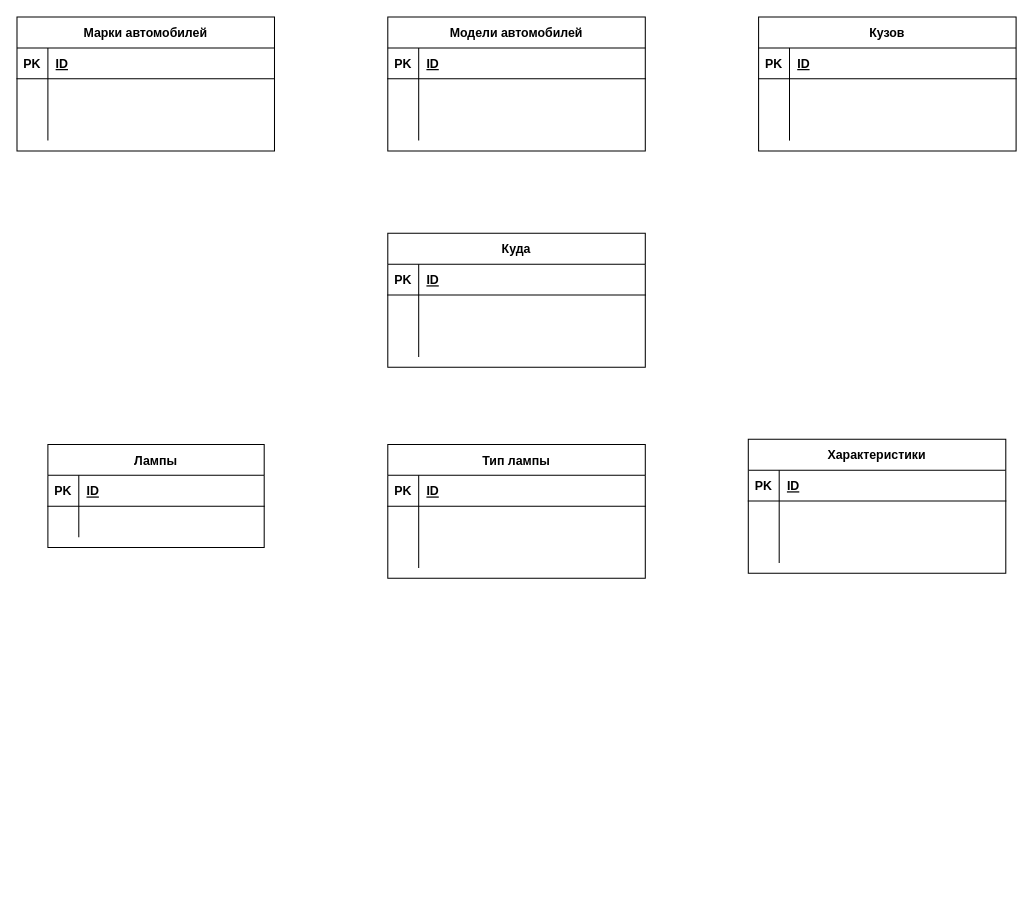
Above: Диаграмма без названия.drawio in pokakaite/Avtosvet_project (draw.io), before the change. Source tidied: cells renumbered, new cells numbered last; positions are measured from the earlier drawing's top-left corner, leaving out a move shared by most shapes. Both pictures are drawn from the tidied source at 103%, with x=0, y=0 at pixel (16, 16).
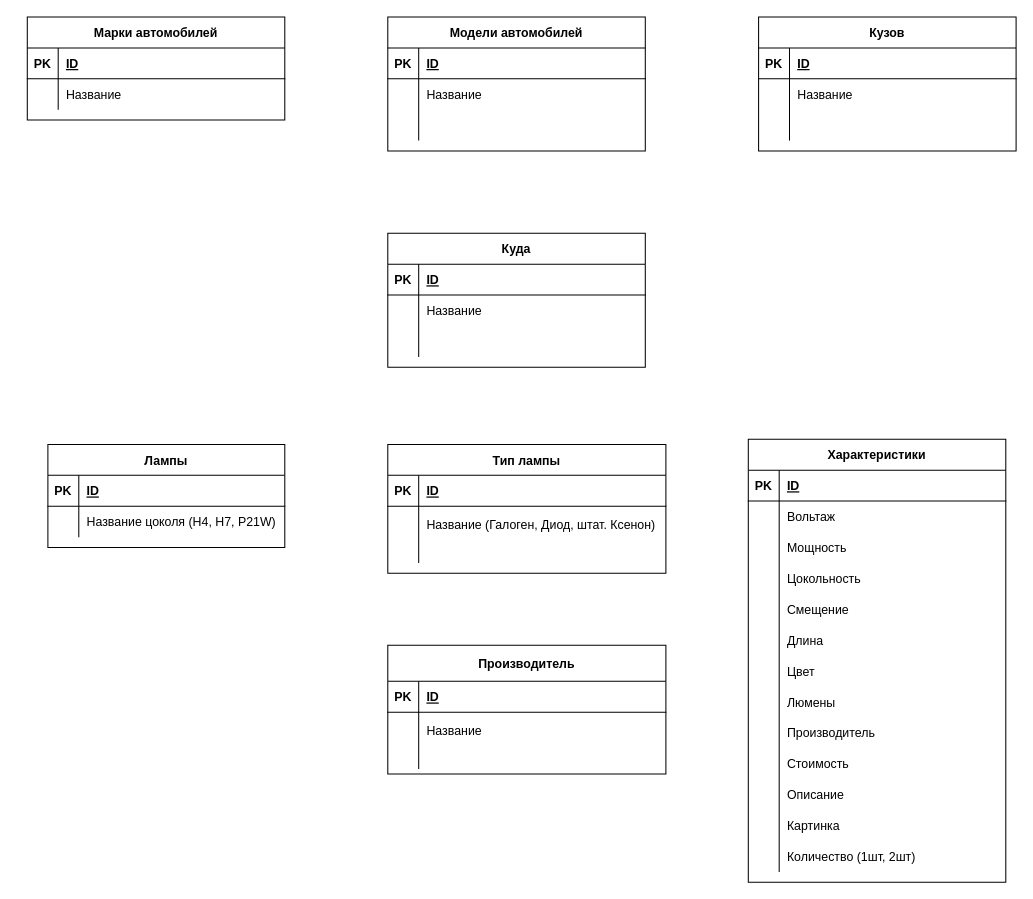
The same diagram, later.

Commit message:
Схема сущностей

The change refers to these unchanged cells:
```xml
<mxCell id="6" style="shape=partialRectangle;fillColor=none;top=0;left=0;right=0;bottom=0;" parent="2" vertex="1">
  <mxGeometry y="60" width="250" height="30" as="geometry" />
</mxCell>
<mxCell id="9" style="shape=partialRectangle;fillColor=none;top=0;left=0;right=0;bottom=0;" parent="2" vertex="1">
  <mxGeometry y="90" width="250" height="30" as="geometry" />
</mxCell>
<mxCell id="16" style="shape=partialRectangle;fillColor=none;top=0;left=0;right=0;bottom=0;" parent="12" vertex="1">
  <mxGeometry y="60" width="250" height="30" as="geometry" />
</mxCell>
<mxCell id="33" style="shape=partialRectangle;fillColor=none;top=0;left=0;right=0;bottom=0;" parent="29" vertex="1">
  <mxGeometry y="60" width="250" height="30" as="geometry" />
</mxCell>
<mxCell id="43" style="shape=partialRectangle;fillColor=none;top=0;left=0;right=0;bottom=0;" parent="39" vertex="1">
  <mxGeometry y="60" width="250" height="30" as="geometry" />
</mxCell>
<mxCell id="53" style="shape=partialRectangle;fillColor=none;top=0;left=0;right=0;bottom=0;" parent="49" vertex="1">
  <mxGeometry y="60" width="250" height="30" as="geometry" />
</mxCell>
```

The edit, as a diff of the source:
```diff
@@
     <mxCell id="2" value="Характеристики" style="shape=table;startSize=30;childLayout=tableLayout;rowLines=0;fontStyle=1;align=center;" parent="1" vertex="1">
-      <mxGeometry x="710" y="410" width="250" height="130" as="geometry" />
+      <mxGeometry x="710" y="410" width="250" height="430" as="geometry" />
     </mxCell>
@@
-    <mxCell id="8" style="shape=partialRectangle;overflow=hidden;fillColor=none;top=0;left=0;bottom=0;right=0;align=left;spacingLeft=6;" parent="6" vertex="1">
+    <mxCell id="8" value="Вольтаж" style="shape=partialRectangle;overflow=hidden;fillColor=none;top=0;left=0;bottom=0;right=0;align=left;spacingLeft=6;" parent="6" vertex="1">
       <mxGeometry x="30" width="220" height="30" as="geometry" />
     </mxCell>
@@
-    <mxCell id="11" style="shape=partialRectangle;overflow=hidden;fillColor=none;top=0;left=0;bottom=0;right=0;align=left;spacingLeft=6;" parent="9" vertex="1">
+    <mxCell id="11" value="Мощность" style="shape=partialRectangle;overflow=hidden;fillColor=none;top=0;left=0;bottom=0;right=0;align=left;spacingLeft=6;" parent="9" vertex="1">
       <mxGeometry x="30" width="220" height="30" as="geometry" />
     </mxCell>
+    <mxCell id="69" style="shape=partialRectangle;fillColor=none;top=0;left=0;right=0;bottom=0;" parent="2" vertex="1">
+      <mxGeometry y="120" width="250" height="30" as="geometry" />
+    </mxCell>
+    <mxCell id="70" style="shape=partialRectangle;overflow=hidden;fillColor=none;top=0;left=0;bottom=0;right=0;" parent="69" vertex="1">
+      <mxGeometry width="30" height="30" as="geometry" />
+    </mxCell>
+    <mxCell id="71" value="Цокольность" style="shape=partialRectangle;overflow=hidden;fillColor=none;top=0;left=0;bottom=0;right=0;align=left;spacingLeft=6;" parent="69" vertex="1">
+      <mxGeometry x="30" width="220" height="30" as="geometry" />
+    </mxCell>
+    <mxCell id="72" style="shape=partialRectangle;fillColor=none;top=0;left=0;right=0;bottom=0;" parent="2" vertex="1">
+      <mxGeometry y="150" width="250" height="30" as="geometry" />
+    </mxCell>
+    <mxCell id="73" style="shape=partialRectangle;overflow=hidden;fillColor=none;top=0;left=0;bottom=0;right=0;" parent="72" vertex="1">
+      <mxGeometry width="30" height="30" as="geometry" />
+    </mxCell>
+    <mxCell id="74" value="Смещение" style="shape=partialRectangle;overflow=hidden;fillColor=none;top=0;left=0;bottom=0;right=0;align=left;spacingLeft=6;" parent="72" vertex="1">
+      <mxGeometry x="30" width="220" height="30" as="geometry" />
+    </mxCell>
+    <mxCell id="75" style="shape=partialRectangle;fillColor=none;top=0;left=0;right=0;bottom=0;" parent="2" vertex="1">
+      <mxGeometry y="180" width="250" height="30" as="geometry" />
+    </mxCell>
+    <mxCell id="76" style="shape=partialRectangle;overflow=hidden;fillColor=none;top=0;left=0;bottom=0;right=0;" parent="75" vertex="1">
+      <mxGeometry width="30" height="30" as="geometry" />
+    </mxCell>
+    <mxCell id="77" value="Длина" style="shape=partialRectangle;overflow=hidden;fillColor=none;top=0;left=0;bottom=0;right=0;align=left;spacingLeft=6;" parent="75" vertex="1">
+      <mxGeometry x="30" width="220" height="30" as="geometry" />
+    </mxCell>
+    <mxCell id="78" style="shape=partialRectangle;fillColor=none;top=0;left=0;right=0;bottom=0;" parent="2" vertex="1">
+      <mxGeometry y="210" width="250" height="30" as="geometry" />
+    </mxCell>
+    <mxCell id="79" style="shape=partialRectangle;overflow=hidden;fillColor=none;top=0;left=0;bottom=0;right=0;" parent="78" vertex="1">
+      <mxGeometry width="30" height="30" as="geometry" />
+    </mxCell>
+    <mxCell id="80" value="Цвет" style="shape=partialRectangle;overflow=hidden;fillColor=none;top=0;left=0;bottom=0;right=0;align=left;spacingLeft=6;" parent="78" vertex="1">
+      <mxGeometry x="30" width="220" height="30" as="geometry" />
+    </mxCell>
+    <mxCell id="81" style="shape=partialRectangle;fillColor=none;top=0;left=0;right=0;bottom=0;" parent="2" vertex="1">
+      <mxGeometry y="240" width="250" height="30" as="geometry" />
+    </mxCell>
+    <mxCell id="82" style="shape=partialRectangle;overflow=hidden;fillColor=none;top=0;left=0;bottom=0;right=0;" parent="81" vertex="1">
+      <mxGeometry width="30" height="30" as="geometry" />
+    </mxCell>
+    <mxCell id="83" value="Люмены" style="shape=partialRectangle;overflow=hidden;fillColor=none;top=0;left=0;bottom=0;right=0;align=left;spacingLeft=6;" parent="81" vertex="1">
+      <mxGeometry x="30" width="220" height="30" as="geometry" />
+    </mxCell>
+    <mxCell id="84" style="shape=partialRectangle;fillColor=none;top=0;left=0;right=0;bottom=0;" parent="2" vertex="1">
+      <mxGeometry y="270" width="250" height="30" as="geometry" />
+    </mxCell>
+    <mxCell id="85" style="shape=partialRectangle;overflow=hidden;fillColor=none;top=0;left=0;bottom=0;right=0;" parent="84" vertex="1">
+      <mxGeometry width="30" height="30" as="geometry" />
+    </mxCell>
+    <mxCell id="86" value="Производитель" style="shape=partialRectangle;overflow=hidden;fillColor=none;top=0;left=0;bottom=0;right=0;align=left;spacingLeft=6;" parent="84" vertex="1">
+      <mxGeometry x="30" width="220" height="30" as="geometry" />
+    </mxCell>
+    <mxCell id="87" style="shape=partialRectangle;fillColor=none;top=0;left=0;right=0;bottom=0;" parent="2" vertex="1">
+      <mxGeometry y="300" width="250" height="30" as="geometry" />
+    </mxCell>
+    <mxCell id="88" style="shape=partialRectangle;overflow=hidden;fillColor=none;top=0;left=0;bottom=0;right=0;" parent="87" vertex="1">
+      <mxGeometry width="30" height="30" as="geometry" />
+    </mxCell>
+    <mxCell id="89" value="Стоимость" style="shape=partialRectangle;overflow=hidden;fillColor=none;top=0;left=0;bottom=0;right=0;align=left;spacingLeft=6;" parent="87" vertex="1">
+      <mxGeometry x="30" width="220" height="30" as="geometry" />
+    </mxCell>
+    <mxCell id="90" style="shape=partialRectangle;fillColor=none;top=0;left=0;right=0;bottom=0;" parent="2" vertex="1">
+      <mxGeometry y="330" width="250" height="30" as="geometry" />
+    </mxCell>
+    <mxCell id="91" style="shape=partialRectangle;overflow=hidden;fillColor=none;top=0;left=0;bottom=0;right=0;" parent="90" vertex="1">
+      <mxGeometry width="30" height="30" as="geometry" />
+    </mxCell>
+    <mxCell id="92" value="Описание" style="shape=partialRectangle;overflow=hidden;fillColor=none;top=0;left=0;bottom=0;right=0;align=left;spacingLeft=6;" parent="90" vertex="1">
+      <mxGeometry x="30" width="220" height="30" as="geometry" />
+    </mxCell>
+    <mxCell id="93" style="shape=partialRectangle;fillColor=none;top=0;left=0;right=0;bottom=0;" parent="2" vertex="1">
+      <mxGeometry y="360" width="250" height="30" as="geometry" />
+    </mxCell>
+    <mxCell id="94" style="shape=partialRectangle;overflow=hidden;fillColor=none;top=0;left=0;bottom=0;right=0;" parent="93" vertex="1">
+      <mxGeometry width="30" height="30" as="geometry" />
+    </mxCell>
+    <mxCell id="95" value="Картинка" style="shape=partialRectangle;overflow=hidden;fillColor=none;top=0;left=0;bottom=0;right=0;align=left;spacingLeft=6;" parent="93" vertex="1">
+      <mxGeometry x="30" width="220" height="30" as="geometry" />
+    </mxCell>
+    <mxCell id="96" style="shape=partialRectangle;fillColor=none;top=0;left=0;right=0;bottom=0;" parent="2" vertex="1">
+      <mxGeometry y="390" width="250" height="30" as="geometry" />
+    </mxCell>
+    <mxCell id="97" style="shape=partialRectangle;overflow=hidden;fillColor=none;top=0;left=0;bottom=0;right=0;" parent="96" vertex="1">
+      <mxGeometry width="30" height="30" as="geometry" />
+    </mxCell>
+    <mxCell id="98" value="Количество (1шт, 2шт)" style="shape=partialRectangle;overflow=hidden;fillColor=none;top=0;left=0;bottom=0;right=0;align=left;spacingLeft=6;" parent="96" vertex="1">
+      <mxGeometry x="30" width="220" height="30" as="geometry" />
+    </mxCell>
     <mxCell id="12" value="Марки автомобилей" style="shape=table;startSize=30;childLayout=tableLayout;rowLines=0;fontStyle=1;align=center;" parent="1" vertex="1">
-      <mxGeometry width="250" height="130" as="geometry" />
+      <mxGeometry x="10" width="250" height="100" as="geometry" />
     </mxCell>
@@
-    <mxCell id="18" style="shape=partialRectangle;overflow=hidden;fillColor=none;top=0;left=0;bottom=0;right=0;align=left;spacingLeft=6;" parent="16" vertex="1">
+    <mxCell id="18" value="Название" style="shape=partialRectangle;overflow=hidden;fillColor=none;top=0;left=0;bottom=0;right=0;align=left;spacingLeft=6;" parent="16" vertex="1">
       <mxGeometry x="30" width="220" height="30" as="geometry" />
     </mxCell>
-    <mxCell id="19" style="shape=partialRectangle;fillColor=none;top=0;left=0;right=0;bottom=0;" parent="12" vertex="1">
-      <mxGeometry y="90" width="250" height="30" as="geometry" />
-    </mxCell>
-    <mxCell id="20" style="shape=partialRectangle;overflow=hidden;fillColor=none;top=0;left=0;bottom=0;right=0;" parent="19" vertex="1">
-      <mxGeometry width="30" height="30" as="geometry" />
-    </mxCell>
-    <mxCell id="21" style="shape=partialRectangle;overflow=hidden;fillColor=none;top=0;left=0;bottom=0;right=0;align=left;spacingLeft=6;" parent="19" vertex="1">
-      <mxGeometry x="30" width="220" height="30" as="geometry" />
-    </mxCell>
     <mxCell id="22" value="Лампы" style="shape=table;startSize=30;childLayout=tableLayout;rowLines=0;fontStyle=1;align=center;" parent="1" vertex="1">
-      <mxGeometry x="30" y="415" width="210" height="100" as="geometry" />
+      <mxGeometry x="30" y="415" width="230" height="100" as="geometry" />
     </mxCell>
     <mxCell id="23" style="shape=partialRectangle;fillColor=none;top=0;left=0;right=0;bottom=1;" parent="22" vertex="1">
-      <mxGeometry y="30" width="210" height="30" as="geometry" />
+      <mxGeometry y="30" width="230" height="30" as="geometry" />
     </mxCell>
@@
     <mxCell id="25" value="ID" style="shape=partialRectangle;overflow=hidden;fillColor=none;top=0;left=0;bottom=0;right=0;align=left;spacingLeft=6;fontStyle=5;" parent="23" vertex="1">
-      <mxGeometry x="30" width="180" height="30" as="geometry" />
+      <mxGeometry x="30" width="200" height="30" as="geometry" />
     </mxCell>
     <mxCell id="26" style="shape=partialRectangle;fillColor=none;top=0;left=0;right=0;bottom=0;" parent="22" vertex="1">
-      <mxGeometry y="60" width="210" height="30" as="geometry" />
+      <mxGeometry y="60" width="230" height="30" as="geometry" />
     </mxCell>
@@
-    <mxCell id="28" style="shape=partialRectangle;overflow=hidden;fillColor=none;top=0;left=0;bottom=0;right=0;align=left;spacingLeft=6;" parent="26" vertex="1">
-      <mxGeometry x="30" width="180" height="30" as="geometry" />
+    <mxCell id="28" value="Название цоколя (H4, H7, P21W)" style="shape=partialRectangle;overflow=hidden;fillColor=none;top=0;left=0;bottom=0;right=0;align=left;spacingLeft=6;" parent="26" vertex="1">
+      <mxGeometry x="30" width="200" height="30" as="geometry" />
     </mxCell>
@@
-    <mxCell id="35" style="shape=partialRectangle;overflow=hidden;fillColor=none;top=0;left=0;bottom=0;right=0;align=left;spacingLeft=6;" parent="33" vertex="1">
+    <mxCell id="35" value="Название" style="shape=partialRectangle;overflow=hidden;fillColor=none;top=0;left=0;bottom=0;right=0;align=left;spacingLeft=6;" parent="33" vertex="1">
       <mxGeometry x="30" width="220" height="30" as="geometry" />
     </mxCell>
@@
-    <mxCell id="45" style="shape=partialRectangle;overflow=hidden;fillColor=none;top=0;left=0;bottom=0;right=0;align=left;spacingLeft=6;" parent="43" vertex="1">
+    <mxCell id="45" value="Название" style="shape=partialRectangle;overflow=hidden;fillColor=none;top=0;left=0;bottom=0;right=0;align=left;spacingLeft=6;" parent="43" vertex="1">
       <mxGeometry x="30" width="220" height="30" as="geometry" />
     </mxCell>
@@
-    <mxCell id="55" style="shape=partialRectangle;overflow=hidden;fillColor=none;top=0;left=0;bottom=0;right=0;align=left;spacingLeft=6;" parent="53" vertex="1">
+    <mxCell id="55" value="Название" style="shape=partialRectangle;overflow=hidden;fillColor=none;top=0;left=0;bottom=0;right=0;align=left;spacingLeft=6;" parent="53" vertex="1">
       <mxGeometry x="30" width="220" height="30" as="geometry" />
     </mxCell>
@@
     <mxCell id="59" value="Тип лампы" style="shape=table;startSize=30;childLayout=tableLayout;rowLines=0;fontStyle=1;align=center;" parent="1" vertex="1">
-      <mxGeometry x="360" y="415" width="250" height="130" as="geometry" />
+      <mxGeometry x="360" y="415" width="270" height="125" as="geometry" />
     </mxCell>
     <mxCell id="60" style="shape=partialRectangle;fillColor=none;top=0;left=0;right=0;bottom=1;" parent="59" vertex="1">
-      <mxGeometry y="30" width="250" height="30" as="geometry" />
+      <mxGeometry y="30" width="270" height="30" as="geometry" />
     </mxCell>
@@
     <mxCell id="62" value="ID" style="shape=partialRectangle;overflow=hidden;fillColor=none;top=0;left=0;bottom=0;right=0;align=left;spacingLeft=6;fontStyle=5;" parent="60" vertex="1">
-      <mxGeometry x="30" width="220" height="30" as="geometry" />
+      <mxGeometry x="30" width="240" height="30" as="geometry" />
     </mxCell>
     <mxCell id="63" style="shape=partialRectangle;fillColor=none;top=0;left=0;right=0;bottom=0;" parent="59" vertex="1">
-      <mxGeometry y="60" width="250" height="30" as="geometry" />
+      <mxGeometry y="60" width="270" height="35" as="geometry" />
     </mxCell>
     <mxCell id="64" style="shape=partialRectangle;overflow=hidden;fillColor=none;top=0;left=0;bottom=0;right=0;" parent="63" vertex="1">
-      <mxGeometry width="30" height="30" as="geometry" />
+      <mxGeometry width="30" height="35" as="geometry" />
     </mxCell>
-    <mxCell id="65" style="shape=partialRectangle;overflow=hidden;fillColor=none;top=0;left=0;bottom=0;right=0;align=left;spacingLeft=6;" parent="63" vertex="1">
-      <mxGeometry x="30" width="220" height="30" as="geometry" />
+    <mxCell id="65" value="Название (Галоген, Диод, штат. Ксенон)" style="shape=partialRectangle;overflow=hidden;fillColor=none;top=0;left=0;bottom=0;right=0;align=left;spacingLeft=6;" parent="63" vertex="1">
+      <mxGeometry x="30" width="240" height="35" as="geometry" />
     </mxCell>
     <mxCell id="66" style="shape=partialRectangle;fillColor=none;top=0;left=0;right=0;bottom=0;" parent="59" vertex="1">
-      <mxGeometry y="90" width="250" height="30" as="geometry" />
+      <mxGeometry y="95" width="270" height="20" as="geometry" />
     </mxCell>
     <mxCell id="67" style="shape=partialRectangle;overflow=hidden;fillColor=none;top=0;left=0;bottom=0;right=0;" parent="66" vertex="1">
-      <mxGeometry width="30" height="30" as="geometry" />
+      <mxGeometry width="30" height="20" as="geometry" />
     </mxCell>
     <mxCell id="68" style="shape=partialRectangle;overflow=hidden;fillColor=none;top=0;left=0;bottom=0;right=0;align=left;spacingLeft=6;" parent="66" vertex="1">
-      <mxGeometry x="30" width="220" height="30" as="geometry" />
+      <mxGeometry x="30" width="240" height="20" as="geometry" />
     </mxCell>
+    <mxCell id="99" value="Производитель" style="shape=table;startSize=35;childLayout=tableLayout;rowLines=0;fontStyle=1;align=center;" parent="1" vertex="1">
+      <mxGeometry x="360" y="610" width="270" height="125" as="geometry" />
+    </mxCell>
+    <mxCell id="100" style="shape=partialRectangle;fillColor=none;top=0;left=0;right=0;bottom=1;" parent="99" vertex="1">
+      <mxGeometry y="35" width="270" height="30" as="geometry" />
+    </mxCell>
+    <mxCell id="101" value="PK" style="shape=partialRectangle;overflow=hidden;fillColor=none;top=0;left=0;bottom=0;right=0;fontStyle=1;" parent="100" vertex="1">
+      <mxGeometry width="30" height="30" as="geometry" />
+    </mxCell>
+    <mxCell id="102" value="ID" style="shape=partialRectangle;overflow=hidden;fillColor=none;top=0;left=0;bottom=0;right=0;align=left;spacingLeft=6;fontStyle=5;" parent="100" vertex="1">
+      <mxGeometry x="30" width="240" height="30" as="geometry" />
+    </mxCell>
+    <mxCell id="103" style="shape=partialRectangle;fillColor=none;top=0;left=0;right=0;bottom=0;" parent="99" vertex="1">
+      <mxGeometry y="65" width="270" height="35" as="geometry" />
+    </mxCell>
+    <mxCell id="104" style="shape=partialRectangle;overflow=hidden;fillColor=none;top=0;left=0;bottom=0;right=0;" parent="103" vertex="1">
+      <mxGeometry width="30" height="35" as="geometry" />
+    </mxCell>
+    <mxCell id="105" value="Название" style="shape=partialRectangle;overflow=hidden;fillColor=none;top=0;left=0;bottom=0;right=0;align=left;spacingLeft=6;" parent="103" vertex="1">
+      <mxGeometry x="30" width="240" height="35" as="geometry" />
+    </mxCell>
+    <mxCell id="106" style="shape=partialRectangle;fillColor=none;top=0;left=0;right=0;bottom=0;" parent="99" vertex="1">
+      <mxGeometry y="100" width="270" height="20" as="geometry" />
+    </mxCell>
+    <mxCell id="107" style="shape=partialRectangle;overflow=hidden;fillColor=none;top=0;left=0;bottom=0;right=0;" parent="106" vertex="1">
+      <mxGeometry width="30" height="20" as="geometry" />
+    </mxCell>
+    <mxCell id="108" style="shape=partialRectangle;overflow=hidden;fillColor=none;top=0;left=0;bottom=0;right=0;align=left;spacingLeft=6;" parent="106" vertex="1">
+      <mxGeometry x="30" width="240" height="20" as="geometry" />
+    </mxCell>
```
